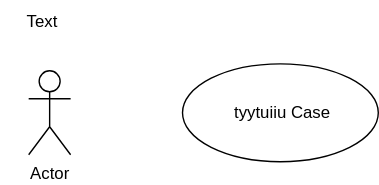
The draw.io diagram Untitled Diagram.drawio.svg in Thebigboy21/PracticeUS, before a commit. Source tidied: cells renumbered, new cells last; positions are measured from the earlier drawing's top-left corner, leaving out a move shared by most shapes.
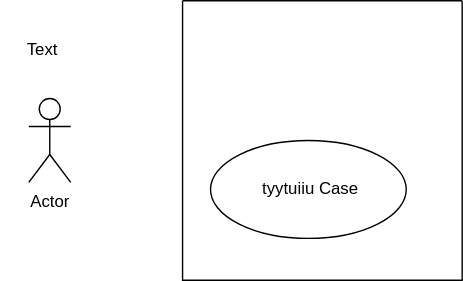
Above is the later version.

What changed in the source:
```diff
@@ -8,8 +8,11 @@
     <mxCell id="3" value="Text" style="text;html=1;strokeColor=none;fillColor=none;align=center;verticalAlign=middle;whiteSpace=wrap;rounded=0;" parent="1" vertex="1">
       <mxGeometry width="60" height="30" as="geometry" />
     </mxCell>
+    <mxCell id="5" style="swimlane;startSize=0;" parent="1" vertex="1">
+      <mxGeometry x="130" y="-20" width="200" height="200" as="geometry" />
+    </mxCell>
-    <mxCell id="4" value="&amp;nbsp;tyytuiiu Case" style="ellipse;whiteSpace=wrap;html=1;" parent="1" vertex="1">
-      <mxGeometry x="130" y="45" width="140" height="70" as="geometry" />
+    <mxCell id="4" value="&amp;nbsp;tyytuiiu Case" style="ellipse;whiteSpace=wrap;html=1;" parent="5" vertex="1">
+      <mxGeometry x="20" y="100" width="140" height="70" as="geometry" />
     </mxCell>
   </root>
 </mxGraphModel>
```
